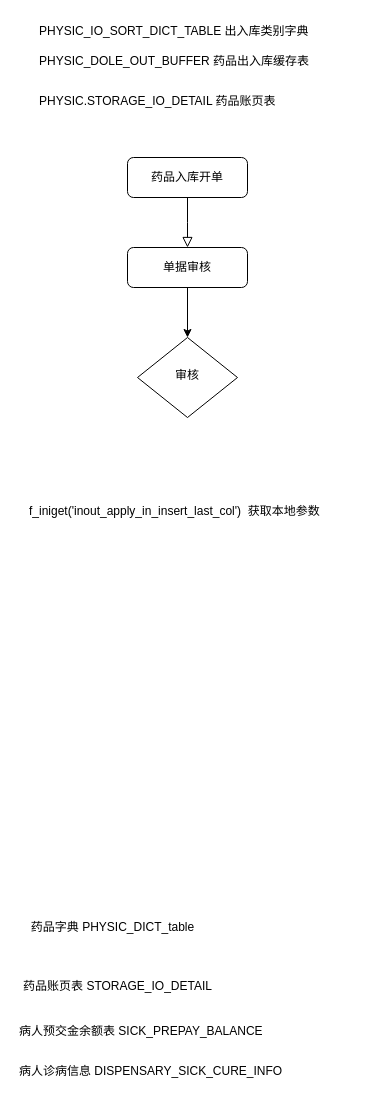
Earlier version of the draw.io diagram page "Page-1" (1 of 2) of Untitled Diagram.drawio (hooo/test). Source tidied: cells renumbered, new cells numbered last; positions are measured from the earlier drawing's top-left corner, leaving out a move shared by most shapes. Both pictures are drawn from the tidied source at 100%, with x=0, y=0 at pixel (17, 17).
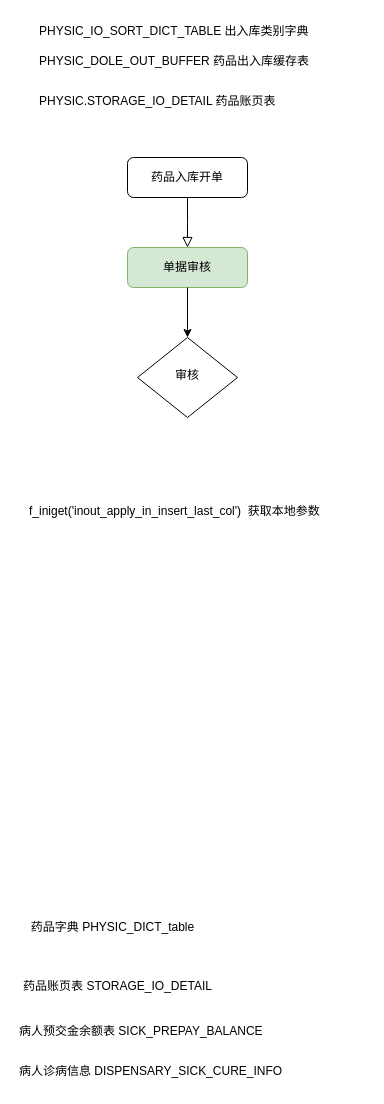
The same diagram, later.

Change to the diagram source:
```diff
@@
 <mxGraphModel>
   <root>
     <mxCell id="0" />
     <mxCell id="1" parent="0" />
     <mxCell id="2" style="rounded=0;html=1;jettySize=auto;fontSize=11;endArrow=block;endFill=0;endSize=8;strokeWidth=1;shadow=0;labelBackgroundColor=none;edgeStyle=orthogonalEdgeStyle;" parent="1" edge="1" source="3">
       <mxGeometry relative="1" as="geometry">
         <mxPoint x="170" y="230" as="targetPoint" />
       </mxGeometry>
     </mxCell>
     <mxCell id="3" value="药品入库开单" style="rounded=1;whiteSpace=wrap;html=1;fontSize=12;glass=0;strokeWidth=1;shadow=0;" parent="1" vertex="1">
       <mxGeometry x="110" y="140" width="120" height="40" as="geometry" />
     </mxCell>
     <mxCell id="4" value="药品字典&amp;nbsp;&lt;span style=&quot;text-align: left&quot;&gt;PHYSIC_DICT_table&lt;/span&gt;" style="text;strokeColor=none;fillColor=none;html=1;fontSize=12;fontStyle=0;verticalAlign=middle;align=center;" parent="1" vertex="1">
       <mxGeometry x="10" y="890" width="170" height="40" as="geometry" />
     </mxCell>
     <mxCell id="5" value="药品账页表&amp;nbsp;&lt;span style=&quot;text-align: left&quot;&gt;STORAGE_IO_DETAIL&lt;/span&gt;" style="text;strokeColor=none;fillColor=none;html=1;fontSize=12;fontStyle=0;verticalAlign=middle;align=center;" parent="1" vertex="1">
       <mxGeometry y="949" width="200" height="40" as="geometry" />
     </mxCell>
-    <mxCell id="6" value="单据审核" style="rounded=1;whiteSpace=wrap;html=1;fontSize=12;glass=0;strokeWidth=1;shadow=0;" parent="1" vertex="1">
+    <mxCell id="6" value="单据审核" style="rounded=1;whiteSpace=wrap;html=1;fontSize=12;glass=0;strokeWidth=1;shadow=0;fillColor=#d5e8d4;strokeColor=#82b366;" parent="1" vertex="1">
       <mxGeometry x="110" y="230" width="120" height="40" as="geometry" />
     </mxCell>
     <mxCell id="7" value="审核" style="rhombus;whiteSpace=wrap;html=1;shadow=0;fontFamily=Helvetica;fontSize=12;align=center;strokeWidth=1;spacing=6;spacingTop=-4;" parent="1" vertex="1">
       <mxGeometry x="120" y="320" width="100" height="80" as="geometry" />
     </mxCell>
     <mxCell id="8" style="endArrow=classic;html=1;rounded=0;entryX=0.5;entryY=0;entryDx=0;entryDy=0;exitX=0.5;exitY=1;exitDx=0;exitDy=0;" parent="1" edge="1" source="6" target="7">
       <mxGeometry relative="1" as="geometry" />
     </mxCell>
     <mxCell id="9" value="PHYSIC_IO_SORT_DICT_TABLE 出入库类别字典" style="text;whiteSpace=wrap;html=1;" parent="1" vertex="1">
       <mxGeometry x="20" width="290" height="30" as="geometry" />
     </mxCell>
     <mxCell id="10" value="PHYSIC_DOLE_OUT_BUFFER 药品出入库缓存表" style="text;whiteSpace=wrap;html=1;" parent="1" vertex="1">
       <mxGeometry x="20" y="30" width="280" height="30" as="geometry" />
     </mxCell>
     <mxCell id="11" value="PHYSIC.STORAGE_IO_DETAIL 药品账页表" style="text;whiteSpace=wrap;html=1;" parent="1" vertex="1">
       <mxGeometry x="20" y="70" width="260" height="30" as="geometry" />
     </mxCell>
     <mxCell id="12" value="f_iniget('inout_apply_in_insert_last_col')&amp;nbsp; 获取本地参数" style="text;whiteSpace=wrap;html=1;" parent="1" vertex="1">
       <mxGeometry x="10" y="480" width="330" height="30" as="geometry" />
     </mxCell>
     <mxCell id="13" value="病人预交金余额表&amp;nbsp;SICK_PREPAY_BALANCE" style="text;whiteSpace=wrap;html=1;" parent="1" vertex="1">
       <mxGeometry y="1000" width="330" height="30" as="geometry" />
     </mxCell>
     <mxCell id="14" value="病人诊病信息 DISPENSARY_SICK_CURE_INFO" style="text;whiteSpace=wrap;html=1;" parent="1" vertex="1">
       <mxGeometry y="1040" width="350" height="30" as="geometry" />
     </mxCell>
   </root>
 </mxGraphModel>
```
